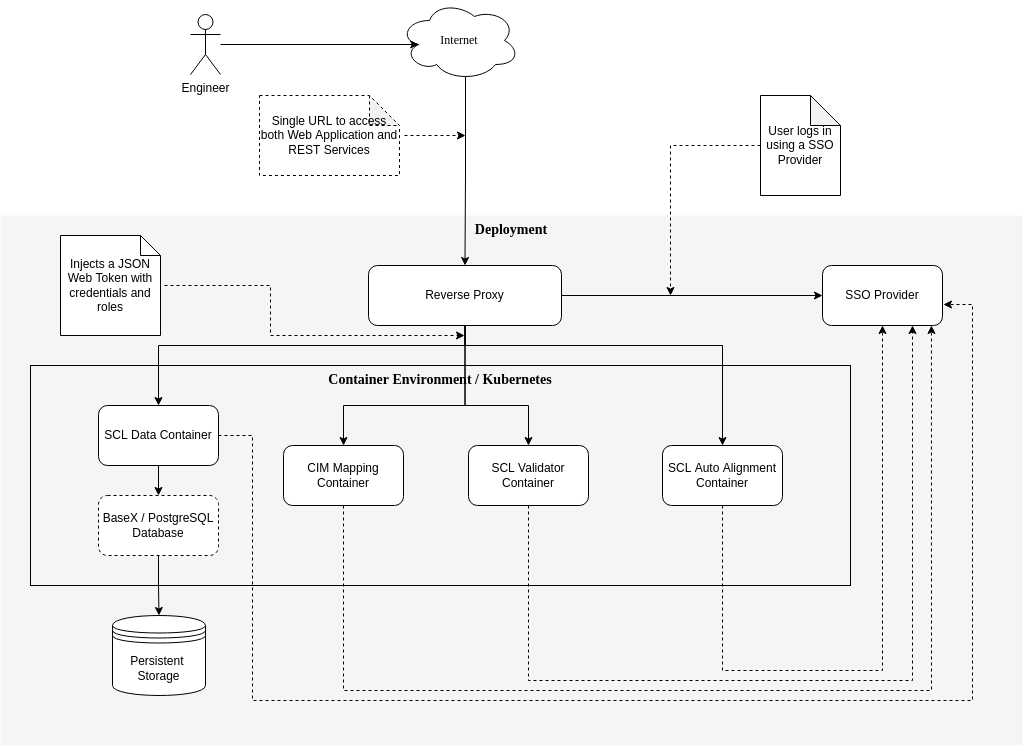
com-pas/compas-deployment keeps this draw.io diagram as images/deployment-view.png. Above is the earlier version. Source tidied: cells renumbered, new cells last; positions are measured from the earlier drawing's top-left corner, leaving out a move shared by most shapes.
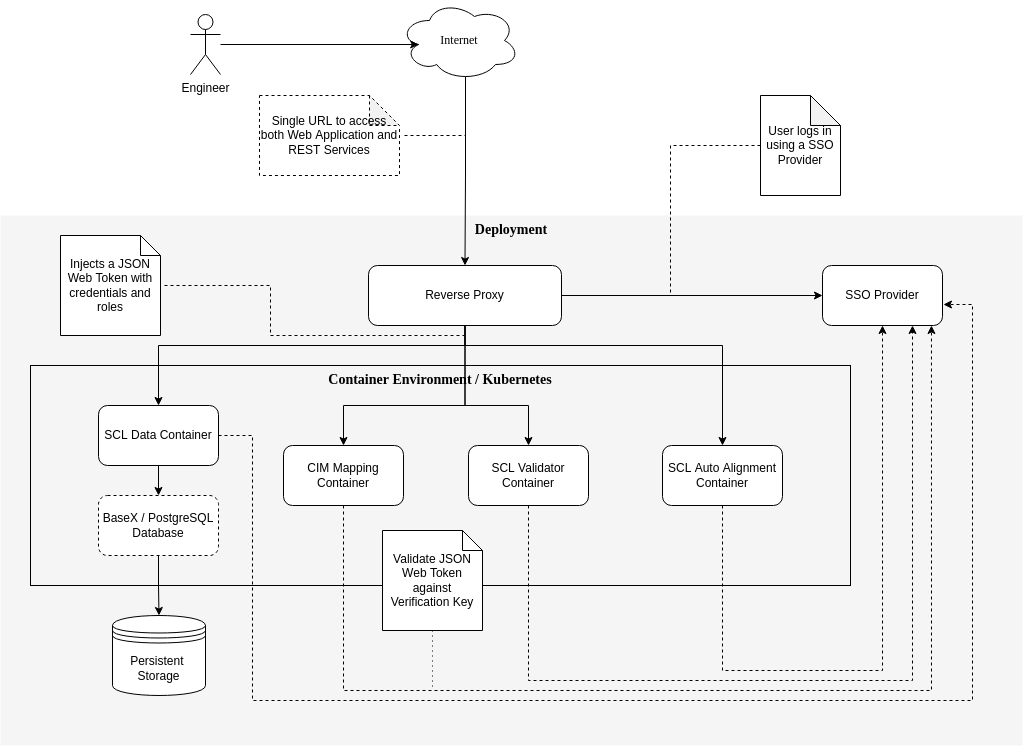
The same file after the commit.

Commit message:
Deployment description

Diff of the diagram source:
```diff
@@ -113,7 +113,7 @@
     <mxCell id="24" value="Persistent &lt;br&gt;Storage" style="shape=datastore;whiteSpace=wrap;html=1;strokeColor=default;" parent="1" vertex="1">
       <mxGeometry x="112" y="615" width="93" height="80" as="geometry" />
     </mxCell>
-    <mxCell id="25" style="edgeStyle=orthogonalEdgeStyle;rounded=0;orthogonalLoop=1;jettySize=auto;html=1;dashed=1;" parent="1" edge="1">
+    <mxCell id="25" style="edgeStyle=orthogonalEdgeStyle;rounded=0;orthogonalLoop=1;jettySize=auto;html=1;dashed=1;endArrow=none;endFill=0;" parent="1" edge="1">
       <mxGeometry relative="1" as="geometry">
         <mxPoint x="164" y="285" as="sourcePoint" />
         <mxPoint x="464" y="335" as="targetPoint" />
@@ -126,7 +126,7 @@
     <mxCell id="26" value="Injects a JSON Web Token with credentials and roles" style="shape=note;size=20;whiteSpace=wrap;html=1;strokeColor=default;" parent="1" vertex="1">
       <mxGeometry x="60" y="235" width="100" height="100" as="geometry" />
     </mxCell>
-    <mxCell id="27" style="edgeStyle=orthogonalEdgeStyle;rounded=0;jettySize=auto;html=1;dashed=1;" parent="1" edge="1" source="28">
+    <mxCell id="27" style="edgeStyle=orthogonalEdgeStyle;rounded=0;jettySize=auto;html=1;dashed=1;endArrow=none;endFill=0;" parent="1" edge="1" source="28">
       <mxGeometry relative="1" as="geometry">
         <mxPoint x="670" y="295" as="targetPoint" />
       </mxGeometry>
@@ -140,7 +140,7 @@
     <mxCell id="30" value="BaseX / PostgreSQL Database" style="rounded=1;whiteSpace=wrap;html=1;strokeColor=default;dashed=1;" parent="1" vertex="1">
       <mxGeometry x="98" y="495" width="120" height="60" as="geometry" />
     </mxCell>
-    <mxCell id="31" style="edgeStyle=orthogonalEdgeStyle;rounded=0;orthogonalLoop=1;jettySize=auto;html=1;dashed=1;" parent="1" edge="1">
+    <mxCell id="31" style="edgeStyle=orthogonalEdgeStyle;rounded=0;orthogonalLoop=1;jettySize=auto;html=1;dashed=1;endArrow=none;endFill=0;" parent="1" edge="1">
       <mxGeometry relative="1" as="geometry">
         <mxPoint x="404" y="135" as="sourcePoint" />
         <mxPoint x="465" y="135" as="targetPoint" />
@@ -149,5 +149,13 @@
     <mxCell id="32" value="Single URL to access both Web Application and REST Services" style="shape=note;whiteSpace=wrap;html=1;backgroundOutline=1;darkOpacity=0.05;dashed=1;strokeColor=default;" parent="1" vertex="1">
       <mxGeometry x="259" y="95" width="140" height="80" as="geometry" />
     </mxCell>
+    <mxCell id="33" style="edgeStyle=orthogonalEdgeStyle;rounded=0;jettySize=auto;html=1;dashed=1;dashPattern=1 4;endArrow=none;endFill=0;" parent="1" edge="1" source="34">
+      <mxGeometry relative="1" as="geometry">
+        <mxPoint x="432" y="690" as="targetPoint" />
+      </mxGeometry>
+    </mxCell>
+    <mxCell id="34" value="Validate JSON Web Token against Verification Key" style="shape=note;size=20;whiteSpace=wrap;html=1;strokeColor=default;" parent="1" vertex="1">
+      <mxGeometry x="382" y="530" width="100" height="100" as="geometry" />
+    </mxCell>
   </root>
 </mxGraphModel>
```
